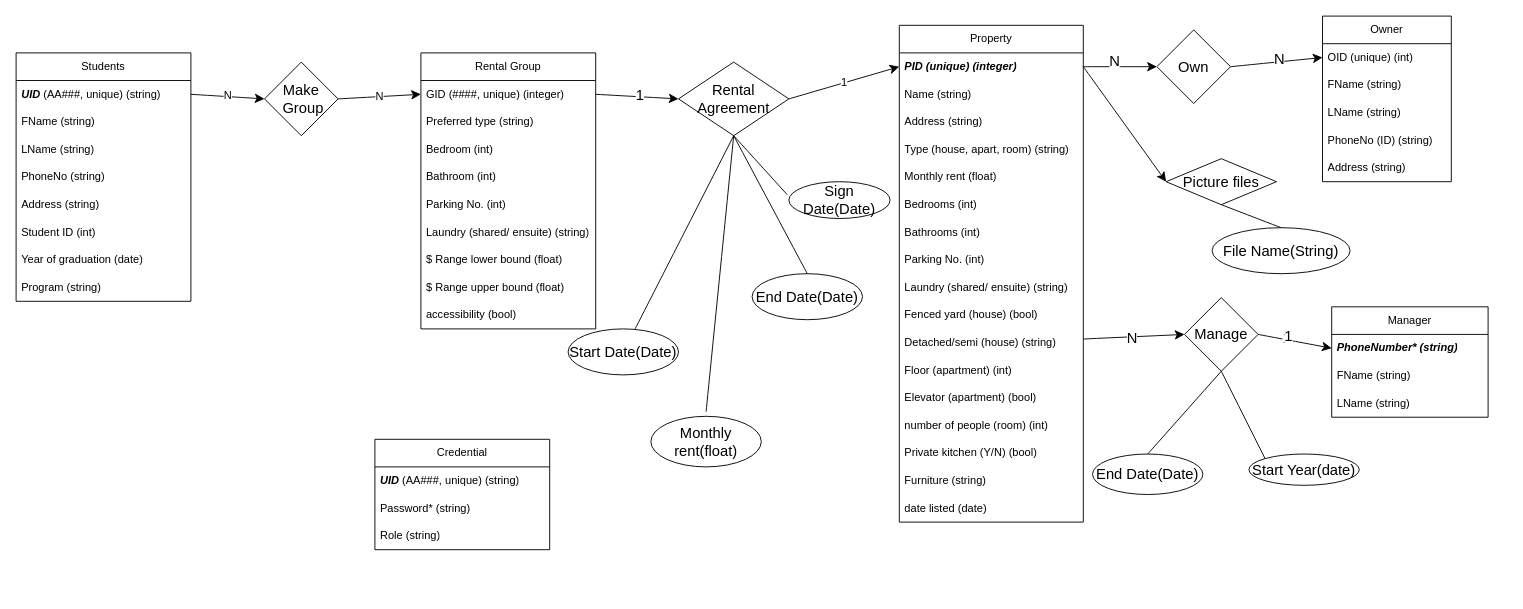
Before: ER diagram.drawio in sean-y-liang/City-Housing-Platform, a draw.io diagram. Source tidied: cells renumbered, new cells numbered last; positions are measured from the earlier drawing's top-left corner, leaving out a move shared by most shapes. Both pictures are drawn from the tidied source at 92%, with x=0, y=0 at pixel (16, 16).
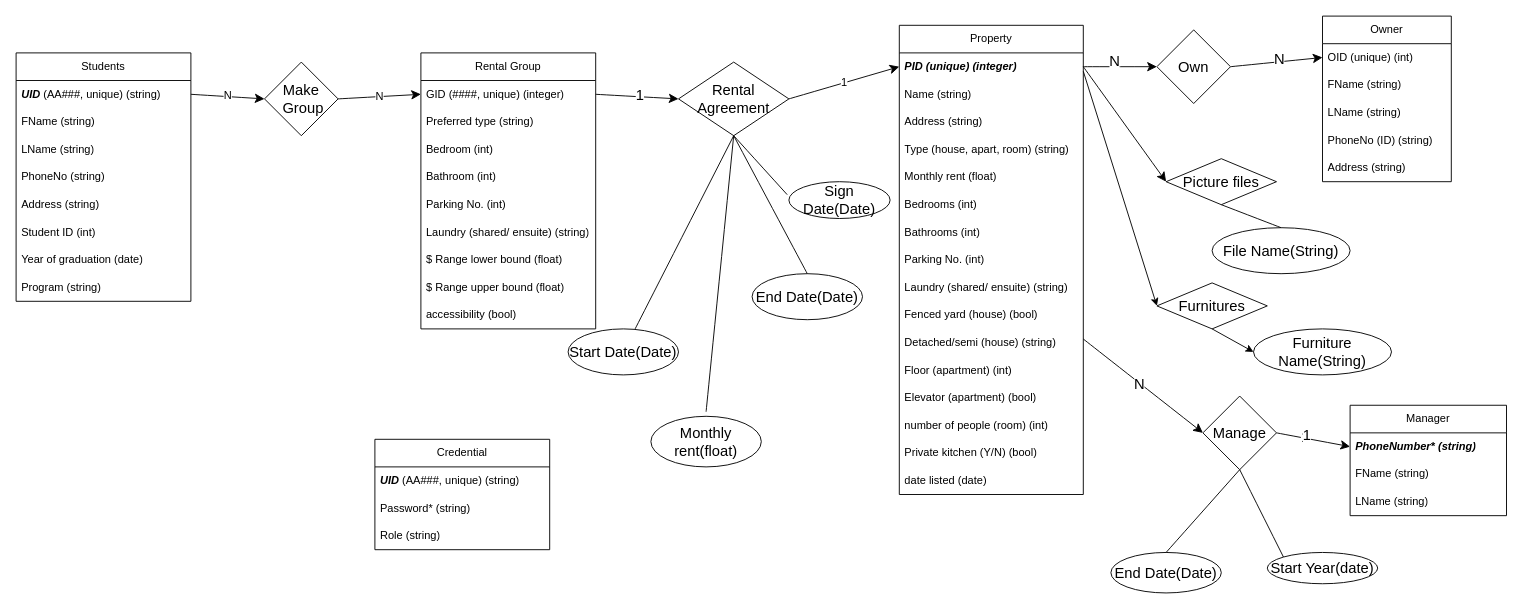
The same page after the edit.

Diff of the diagram source:
```diff
@@
     <mxCell id="11" value="Property" style="swimlane;fontStyle=0;horizontal=1;startSize=30;whiteSpace=wrap;html=1;" parent="1" vertex="1">
-      <mxGeometry x="960" y="10" width="200" height="540" as="geometry" />
+      <mxGeometry x="960" y="10" width="200" height="510" as="geometry" />
     </mxCell>
@@
-    <mxCell id="27" value="&lt;div&gt;Furniture (string)&lt;/div&gt;" style="text;strokeColor=none;fillColor=none;align=left;verticalAlign=middle;spacingLeft=4;spacingRight=4;overflow=hidden;whiteSpace=wrap;html=1;" parent="11" vertex="1">
-      <mxGeometry y="480" width="200" height="30" as="geometry" />
-    </mxCell>
     <mxCell id="28" value="date listed (date)" style="text;strokeColor=none;fillColor=none;align=left;verticalAlign=middle;spacingLeft=4;spacingRight=4;overflow=hidden;whiteSpace=wrap;html=1;" parent="11" vertex="1">
-      <mxGeometry y="510" width="200" height="30" as="geometry" />
+      <mxGeometry y="480" width="200" height="30" as="geometry" />
     </mxCell>
@@
     <mxCell id="39" value="Manager" style="swimlane;fontStyle=0;horizontal=1;startSize=30;whiteSpace=wrap;html=1;" parent="1" vertex="1">
-      <mxGeometry x="1430" y="316" width="170" height="120" as="geometry" />
+      <mxGeometry x="1450" y="423" width="170" height="120" as="geometry" />
     </mxCell>
@@
     <mxCell id="57" value="Manage" style="rhombus;whiteSpace=wrap;html=1;fontSize=16;" parent="1" vertex="1">
-      <mxGeometry x="1270" y="306" width="80" height="80" as="geometry" />
+      <mxGeometry x="1290" y="413" width="80" height="80" as="geometry" />
     </mxCell>
@@
     <mxCell id="75" value="Start Year(date)" style="ellipse;whiteSpace=wrap;html=1;fontSize=16;" parent="1" vertex="1">
-      <mxGeometry x="1340" y="476" width="120" height="34" as="geometry" />
+      <mxGeometry x="1360" y="583" width="120" height="34" as="geometry" />
     </mxCell>
     <mxCell id="76" value="End Date(Date)" style="ellipse;whiteSpace=wrap;html=1;fontSize=16;" parent="1" vertex="1">
-      <mxGeometry x="1170" y="476" width="120" height="44" as="geometry" />
+      <mxGeometry x="1190" y="583" width="120" height="44" as="geometry" />
     </mxCell>
@@
+    <mxCell id="88" value="Furnitures" style="rhombus;whiteSpace=wrap;html=1;fontSize=16;" parent="1" vertex="1">
+      <mxGeometry x="1240" y="290" width="120" height="50" as="geometry" />
+    </mxCell>
+    <mxCell id="89" value="Furniture Name(String)" style="ellipse;whiteSpace=wrap;html=1;fontSize=16;" parent="1" vertex="1">
+      <mxGeometry x="1345" y="340" width="150" height="50" as="geometry" />
+    </mxCell>
+    <mxCell id="90" style="endArrow=classic;html=1;rounded=0;entryX=0;entryY=0.5;entryDx=0;entryDy=0;" parent="1" edge="1" target="88">
+      <mxGeometry relative="1" as="geometry">
+        <mxPoint x="1160" y="60" as="sourcePoint" />
+      </mxGeometry>
+    </mxCell>
+    <mxCell id="91" style="endArrow=classic;html=1;rounded=0;entryX=0;entryY=0.5;entryDx=0;entryDy=0;exitX=0.5;exitY=1;exitDx=0;exitDy=0;" parent="1" edge="1" source="88" target="89">
+      <mxGeometry relative="1" as="geometry" />
+    </mxCell>
```
